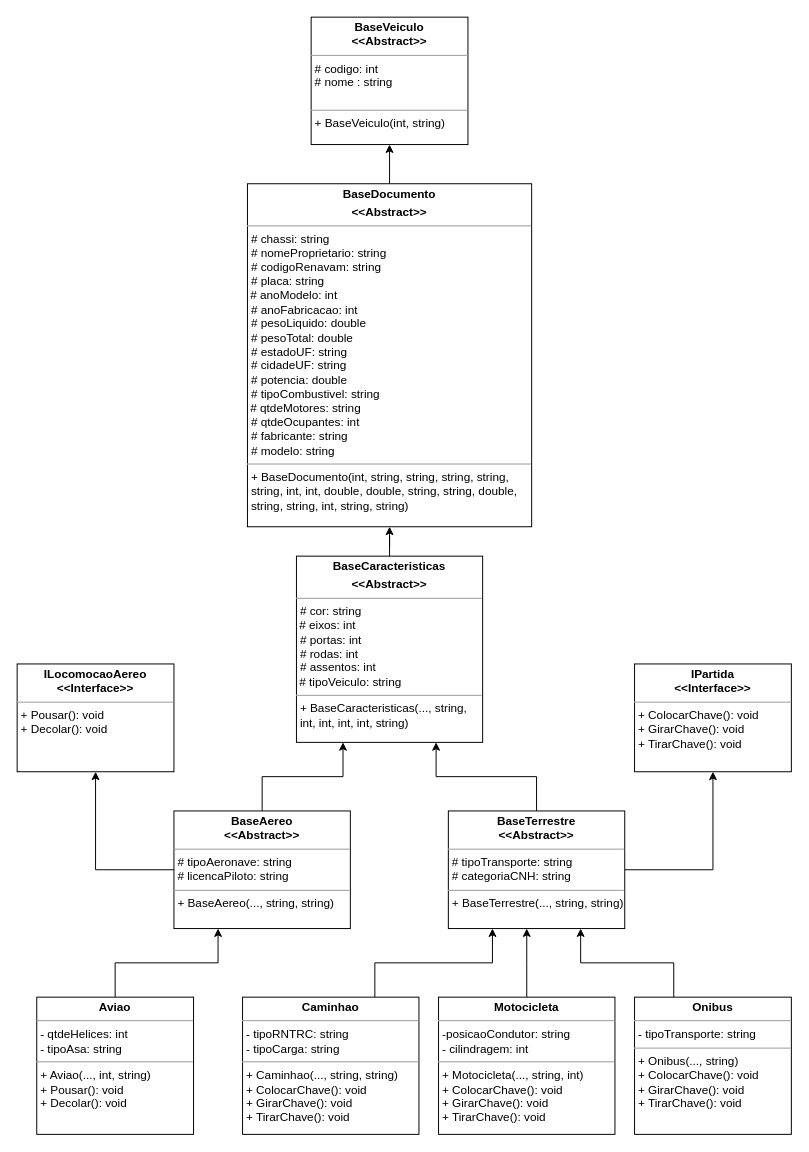
This is Atividade_05/UML_ProjetoVeiculosEstagiario.drawio from RyanBrittes/Faculdade_LOO, a draw.io file, before an edit. Source tidied: cells renumbered, new cells numbered last; positions are measured from the earlier drawing's top-left corner, leaving out a move shared by most shapes. Both pictures are drawn from the tidied source at 98%, with x=0, y=0 at pixel (17, 17).
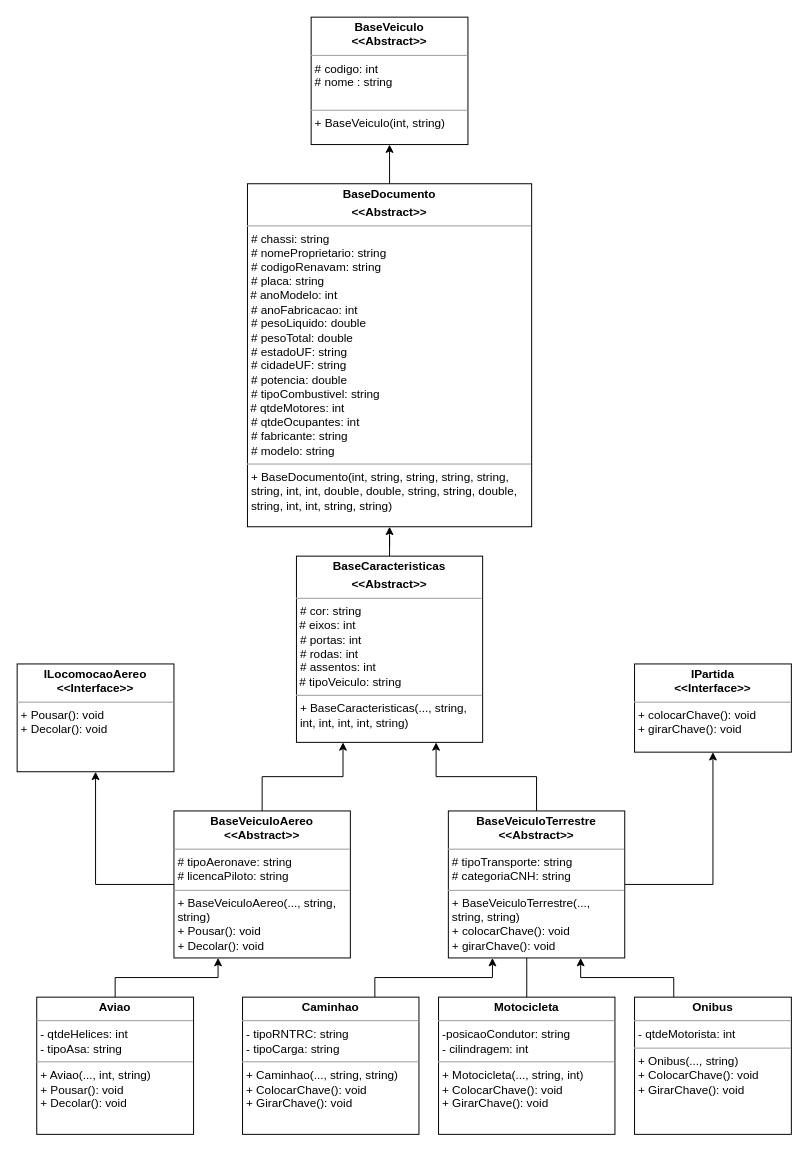
After the change.

Diff of the diagram source:
```diff
@@
-    <mxCell id="4" value="&lt;p style=&quot;margin:0px;margin-top:4px;text-align:center;&quot;&gt;&lt;b&gt;Caminhao&lt;/b&gt;&lt;/p&gt;&lt;hr size=&quot;1&quot;&gt;&lt;p style=&quot;margin:0px;margin-left:4px;&quot;&gt;- tipoRNTRC: string&lt;/p&gt;&lt;p style=&quot;margin:0px;margin-left:4px;&quot;&gt;- tipoCarga: string&amp;nbsp;&lt;br&gt;&lt;/p&gt;&lt;hr size=&quot;1&quot;&gt;&lt;p style=&quot;margin:0px;margin-left:4px;&quot;&gt;+ Caminhao(..., string, string)&lt;/p&gt;&lt;p style=&quot;border-color: var(--border-color); margin: 0px 0px 0px 4px;&quot;&gt;+ ColocarChave(): void&lt;/p&gt;&lt;p style=&quot;border-color: var(--border-color); margin: 0px 0px 0px 4px;&quot;&gt;+ GirarChave(): void&lt;/p&gt;&lt;p style=&quot;border-color: var(--border-color); margin: 0px 0px 0px 4px;&quot;&gt;+ TirarChave(): void&lt;/p&gt;" style="verticalAlign=top;align=left;overflow=fill;fontSize=12;fontFamily=Helvetica;html=1;whiteSpace=wrap;" parent="1" vertex="1">
+    <mxCell id="4" value="&lt;p style=&quot;margin:0px;margin-top:4px;text-align:center;&quot;&gt;&lt;b&gt;Caminhao&lt;/b&gt;&lt;/p&gt;&lt;hr size=&quot;1&quot;&gt;&lt;p style=&quot;margin:0px;margin-left:4px;&quot;&gt;- tipoRNTRC: string&lt;/p&gt;&lt;p style=&quot;margin:0px;margin-left:4px;&quot;&gt;- tipoCarga: string&amp;nbsp;&lt;br&gt;&lt;/p&gt;&lt;hr size=&quot;1&quot;&gt;&lt;p style=&quot;margin:0px;margin-left:4px;&quot;&gt;+ Caminhao(..., string, string)&lt;/p&gt;&lt;p style=&quot;border-color: var(--border-color); margin: 0px 0px 0px 4px;&quot;&gt;+ ColocarChave(): void&lt;/p&gt;&lt;p style=&quot;border-color: var(--border-color); margin: 0px 0px 0px 4px;&quot;&gt;+ GirarChave(): void&lt;/p&gt;&lt;p style=&quot;border-color: var(--border-color); margin: 0px 0px 0px 4px;&quot;&gt;&lt;br&gt;&lt;/p&gt;" style="verticalAlign=top;align=left;overflow=fill;fontSize=12;fontFamily=Helvetica;html=1;whiteSpace=wrap;" parent="1" vertex="1">
       <mxGeometry x="230" y="1000" width="180" height="140" as="geometry" />
     </mxCell>
@@
-    <mxCell id="8" value="&lt;p style=&quot;margin:0px;margin-top:4px;text-align:center;&quot;&gt;&lt;b&gt;Motocicleta&lt;/b&gt;&lt;/p&gt;&lt;hr size=&quot;1&quot;&gt;&lt;p style=&quot;margin:0px;margin-left:4px;&quot;&gt;-posicaoCondutor: string&lt;/p&gt;&lt;p style=&quot;margin:0px;margin-left:4px;&quot;&gt;- cilindragem: int&amp;nbsp;&lt;br&gt;&lt;/p&gt;&lt;hr size=&quot;1&quot;&gt;&lt;p style=&quot;border-color: var(--border-color); margin: 0px 0px 0px 4px;&quot;&gt;+ Motocicleta(..., string, int)&lt;/p&gt;&lt;p style=&quot;border-color: var(--border-color); margin: 0px 0px 0px 4px;&quot;&gt;+ ColocarChave(): void&lt;/p&gt;&lt;p style=&quot;border-color: var(--border-color); margin: 0px 0px 0px 4px;&quot;&gt;+ GirarChave(): void&lt;/p&gt;&lt;p style=&quot;border-color: var(--border-color); margin: 0px 0px 0px 4px;&quot;&gt;+ TirarChave(): void&lt;/p&gt;" style="verticalAlign=top;align=left;overflow=fill;fontSize=12;fontFamily=Helvetica;html=1;whiteSpace=wrap;" parent="1" vertex="1">
+    <mxCell id="8" value="&lt;p style=&quot;margin:0px;margin-top:4px;text-align:center;&quot;&gt;&lt;b&gt;Motocicleta&lt;/b&gt;&lt;/p&gt;&lt;hr size=&quot;1&quot;&gt;&lt;p style=&quot;margin:0px;margin-left:4px;&quot;&gt;-posicaoCondutor: string&lt;/p&gt;&lt;p style=&quot;margin:0px;margin-left:4px;&quot;&gt;- cilindragem: int&amp;nbsp;&lt;br&gt;&lt;/p&gt;&lt;hr size=&quot;1&quot;&gt;&lt;p style=&quot;border-color: var(--border-color); margin: 0px 0px 0px 4px;&quot;&gt;+ Motocicleta(..., string, int)&lt;/p&gt;&lt;p style=&quot;border-color: var(--border-color); margin: 0px 0px 0px 4px;&quot;&gt;+ ColocarChave(): void&lt;/p&gt;&lt;p style=&quot;border-color: var(--border-color); margin: 0px 0px 0px 4px;&quot;&gt;+ GirarChave(): void&lt;/p&gt;&lt;p style=&quot;border-color: var(--border-color); margin: 0px 0px 0px 4px;&quot;&gt;&lt;br&gt;&lt;/p&gt;" style="verticalAlign=top;align=left;overflow=fill;fontSize=12;fontFamily=Helvetica;html=1;whiteSpace=wrap;" parent="1" vertex="1">
       <mxGeometry x="430" y="1000" width="180" height="140" as="geometry" />
     </mxCell>
@@
-    <mxCell id="10" value="&lt;p style=&quot;margin:0px;margin-top:4px;text-align:center;&quot;&gt;&lt;b&gt;Onibus&lt;/b&gt;&lt;/p&gt;&lt;hr size=&quot;1&quot;&gt;&lt;p style=&quot;margin:0px;margin-left:4px;&quot;&gt;- tipoTransporte: string&lt;/p&gt;&lt;hr size=&quot;1&quot;&gt;&lt;p style=&quot;border-color: var(--border-color); margin: 0px 0px 0px 4px;&quot;&gt;+ Onibus(..., string)&lt;/p&gt;&lt;p style=&quot;border-color: var(--border-color); margin: 0px 0px 0px 4px;&quot;&gt;+ ColocarChave(): void&lt;/p&gt;&lt;p style=&quot;border-color: var(--border-color); margin: 0px 0px 0px 4px;&quot;&gt;+ GirarChave(): void&lt;/p&gt;&lt;p style=&quot;border-color: var(--border-color); margin: 0px 0px 0px 4px;&quot;&gt;+ TirarChave(): void&lt;/p&gt;" style="verticalAlign=top;align=left;overflow=fill;fontSize=12;fontFamily=Helvetica;html=1;whiteSpace=wrap;" parent="1" vertex="1">
+    <mxCell id="10" value="&lt;p style=&quot;margin:0px;margin-top:4px;text-align:center;&quot;&gt;&lt;b&gt;Onibus&lt;/b&gt;&lt;/p&gt;&lt;hr size=&quot;1&quot;&gt;&lt;p style=&quot;margin:0px;margin-left:4px;&quot;&gt;- qtdeMotorista: int&lt;/p&gt;&lt;hr size=&quot;1&quot;&gt;&lt;p style=&quot;border-color: var(--border-color); margin: 0px 0px 0px 4px;&quot;&gt;+ Onibus(..., string)&lt;/p&gt;&lt;p style=&quot;border-color: var(--border-color); margin: 0px 0px 0px 4px;&quot;&gt;+ ColocarChave(): void&lt;/p&gt;&lt;p style=&quot;border-color: var(--border-color); margin: 0px 0px 0px 4px;&quot;&gt;+ GirarChave(): void&lt;/p&gt;&lt;p style=&quot;border-color: var(--border-color); margin: 0px 0px 0px 4px;&quot;&gt;&lt;br&gt;&lt;/p&gt;" style="verticalAlign=top;align=left;overflow=fill;fontSize=12;fontFamily=Helvetica;html=1;whiteSpace=wrap;" parent="1" vertex="1">
       <mxGeometry x="630" y="1000" width="160" height="140" as="geometry" />
     </mxCell>
@@
-    <mxCell id="13" value="&lt;p style=&quot;margin:0px;margin-top:4px;text-align:center;&quot;&gt;&lt;b&gt;BaseTerrestre&lt;br&gt;&lt;/b&gt;&lt;b style=&quot;border-color: var(--border-color);&quot;&gt;&amp;lt;&amp;lt;Abstract&amp;gt;&amp;gt;&lt;/b&gt;&lt;/p&gt;&lt;hr size=&quot;1&quot;&gt;&lt;p style=&quot;margin:0px;margin-left:4px;&quot;&gt;# tipoTransporte: string&lt;/p&gt;&lt;p style=&quot;margin:0px;margin-left:4px;&quot;&gt;# categoriaCNH: string&lt;/p&gt;&lt;hr size=&quot;1&quot;&gt;&lt;p style=&quot;margin:0px;margin-left:4px;&quot;&gt;+ BaseTerrestre(..., string, string)&lt;/p&gt;" style="verticalAlign=top;align=left;overflow=fill;fontSize=12;fontFamily=Helvetica;html=1;whiteSpace=wrap;" parent="1" vertex="1">
-      <mxGeometry x="440" y="810" width="180" height="120" as="geometry" />
+    <mxCell id="13" value="&lt;p style=&quot;margin:0px;margin-top:4px;text-align:center;&quot;&gt;&lt;b&gt;BaseVeiculo&lt;/b&gt;&lt;b&gt;Terrestre&lt;br&gt;&lt;/b&gt;&lt;b style=&quot;border-color: var(--border-color);&quot;&gt;&amp;lt;&amp;lt;Abstract&amp;gt;&amp;gt;&lt;/b&gt;&lt;/p&gt;&lt;hr size=&quot;1&quot;&gt;&lt;p style=&quot;margin:0px;margin-left:4px;&quot;&gt;# tipoTransporte: string&lt;/p&gt;&lt;p style=&quot;margin:0px;margin-left:4px;&quot;&gt;# categoriaCNH: string&lt;/p&gt;&lt;hr size=&quot;1&quot;&gt;&lt;p style=&quot;margin:0px;margin-left:4px;&quot;&gt;+ BaseVeiculoTerrestre(..., string, string)&lt;/p&gt;&lt;p style=&quot;border-color: var(--border-color); margin: 0px 0px 0px 4px;&quot;&gt;+ colocarChave(): void&lt;/p&gt;&lt;p style=&quot;border-color: var(--border-color); margin: 0px 0px 0px 4px;&quot;&gt;+ girarChave(): void&lt;/p&gt;" style="verticalAlign=top;align=left;overflow=fill;fontSize=12;fontFamily=Helvetica;html=1;whiteSpace=wrap;" parent="1" vertex="1">
+      <mxGeometry x="440" y="810" width="180" height="150" as="geometry" />
     </mxCell>
@@
-    <mxCell id="16" value="&lt;p style=&quot;margin:0px;margin-top:4px;text-align:center;&quot;&gt;&lt;b&gt;BaseAereo&lt;br&gt;&amp;lt;&amp;lt;Abstract&amp;gt;&amp;gt;&lt;/b&gt;&lt;/p&gt;&lt;hr size=&quot;1&quot;&gt;&lt;p style=&quot;margin:0px;margin-left:4px;&quot;&gt;# tipoAeronave: string&lt;/p&gt;&lt;p style=&quot;margin:0px;margin-left:4px;&quot;&gt;# licencaPiloto: string&lt;br&gt;&lt;/p&gt;&lt;hr size=&quot;1&quot;&gt;&lt;p style=&quot;margin:0px;margin-left:4px;&quot;&gt;+ BaseAereo(..., string, string)&lt;/p&gt;" style="verticalAlign=top;align=left;overflow=fill;fontSize=12;fontFamily=Helvetica;html=1;whiteSpace=wrap;" parent="1" vertex="1">
-      <mxGeometry x="160" y="810" width="180" height="120" as="geometry" />
+    <mxCell id="16" value="&lt;p style=&quot;margin:0px;margin-top:4px;text-align:center;&quot;&gt;&lt;b&gt;BaseVeiculoAereo&lt;br&gt;&amp;lt;&amp;lt;Abstract&amp;gt;&amp;gt;&lt;/b&gt;&lt;/p&gt;&lt;hr size=&quot;1&quot;&gt;&lt;p style=&quot;margin:0px;margin-left:4px;&quot;&gt;# tipoAeronave: string&lt;/p&gt;&lt;p style=&quot;margin:0px;margin-left:4px;&quot;&gt;# licencaPiloto: string&lt;br&gt;&lt;/p&gt;&lt;hr size=&quot;1&quot;&gt;&lt;p style=&quot;margin:0px;margin-left:4px;&quot;&gt;+ BaseVeiculoAereo(..., string, string)&lt;/p&gt;&lt;p style=&quot;border-color: var(--border-color); margin: 0px 0px 0px 4px;&quot;&gt;+ Pousar(): void&lt;/p&gt;&lt;p style=&quot;border-color: var(--border-color); margin: 0px 0px 0px 4px;&quot;&gt;+ Decolar(): void&lt;/p&gt;" style="verticalAlign=top;align=left;overflow=fill;fontSize=12;fontFamily=Helvetica;html=1;whiteSpace=wrap;" parent="1" vertex="1">
+      <mxGeometry x="160" y="810" width="180" height="150" as="geometry" />
     </mxCell>
@@
-    <mxCell id="18" value="&lt;p style=&quot;margin:0px;margin-top:4px;text-align:center;&quot;&gt;&lt;b&gt;IPartida&lt;br&gt;&amp;lt;&amp;lt;Interface&amp;gt;&amp;gt;&lt;/b&gt;&lt;/p&gt;&lt;hr size=&quot;1&quot;&gt;&lt;p style=&quot;margin:0px;margin-left:4px;&quot;&gt;+ ColocarChave(): void&lt;/p&gt;&lt;p style=&quot;margin:0px;margin-left:4px;&quot;&gt;+ GirarChave(): void&lt;/p&gt;&lt;p style=&quot;margin:0px;margin-left:4px;&quot;&gt;+ TirarChave(): void&lt;/p&gt;&lt;p style=&quot;margin:0px;margin-left:4px;&quot;&gt;&lt;br&gt;&lt;/p&gt;" style="verticalAlign=top;align=left;overflow=fill;fontSize=12;fontFamily=Helvetica;html=1;whiteSpace=wrap;" parent="1" vertex="1">
-      <mxGeometry x="630" y="660" width="160" height="110" as="geometry" />
+    <mxCell id="18" value="&lt;p style=&quot;margin:0px;margin-top:4px;text-align:center;&quot;&gt;&lt;b&gt;IPartida&lt;br&gt;&amp;lt;&amp;lt;Interface&amp;gt;&amp;gt;&lt;/b&gt;&lt;/p&gt;&lt;hr size=&quot;1&quot;&gt;&lt;p style=&quot;margin:0px;margin-left:4px;&quot;&gt;+ colocarChave(): void&lt;/p&gt;&lt;p style=&quot;margin:0px;margin-left:4px;&quot;&gt;+ girarChave(): void&lt;/p&gt;&lt;p style=&quot;margin:0px;margin-left:4px;&quot;&gt;&lt;br&gt;&lt;/p&gt;" style="verticalAlign=top;align=left;overflow=fill;fontSize=12;fontFamily=Helvetica;html=1;whiteSpace=wrap;" parent="1" vertex="1">
+      <mxGeometry x="630" y="660" width="160" height="90" as="geometry" />
     </mxCell>
@@
-    <mxCell id="20" value="&lt;p style=&quot;margin:0px;margin-top:4px;text-align:center;&quot;&gt;&lt;b&gt;BaseDocumento&lt;/b&gt;&lt;/p&gt;&lt;p style=&quot;margin:0px;margin-top:4px;text-align:center;&quot;&gt;&lt;b style=&quot;border-color: var(--border-color);&quot;&gt;&amp;lt;&amp;lt;Abstract&amp;gt;&amp;gt;&lt;/b&gt;&lt;/p&gt;&lt;hr size=&quot;1&quot;&gt;&lt;p style=&quot;border-color: var(--border-color); margin: 0px 0px 0px 4px;&quot;&gt;# chassi: string&lt;/p&gt;&lt;div&gt;&lt;p style=&quot;border-color: var(--border-color); margin: 0px 0px 0px 4px;&quot;&gt;# nomeProprietario: string&lt;/p&gt;&lt;/div&gt;&lt;div&gt;&lt;p style=&quot;border-color: var(--border-color); margin: 0px 0px 0px 4px;&quot;&gt;# codigoRenavam: string&lt;/p&gt;&lt;/div&gt;&lt;div&gt;&lt;p style=&quot;border-color: var(--border-color); margin: 0px 0px 0px 4px;&quot;&gt;# placa: string&lt;br style=&quot;border-color: var(--border-color);&quot;&gt;&lt;/p&gt;&lt;/div&gt;&lt;div&gt;&lt;span style=&quot;border-color: var(--border-color); background-color: initial;&quot;&gt;&amp;nbsp;# anoModelo: int&lt;/span&gt;&lt;/div&gt;&lt;div&gt;&lt;p style=&quot;border-color: var(--border-color); margin: 0px 0px 0px 4px;&quot;&gt;# anoFabricacao: int&lt;br style=&quot;border-color: var(--border-color);&quot;&gt;&lt;/p&gt;&lt;/div&gt;&lt;div&gt;&lt;span style=&quot;border-color: var(--border-color); background-color: initial;&quot;&gt;&lt;p style=&quot;border-color: var(--border-color); margin: 0px 0px 0px 4px;&quot;&gt;# pesoLiquido: double&lt;/p&gt;&lt;div&gt;&lt;p style=&quot;border-color: var(--border-color); margin: 0px 0px 0px 4px;&quot;&gt;# pesoTotal: double&lt;br style=&quot;border-color: var(--border-color);&quot;&gt;&lt;/p&gt;&lt;p style=&quot;border-color: var(--border-color); margin: 0px 0px 0px 4px;&quot;&gt;# estadoUF: string&lt;br style=&quot;border-color: var(--border-color);&quot;&gt;&lt;/p&gt;&lt;/div&gt;&lt;div&gt;&lt;p style=&quot;border-color: var(--border-color); margin: 0px 0px 0px 4px;&quot;&gt;# cidadeUF: string&lt;br style=&quot;border-color: var(--border-color);&quot;&gt;&lt;/p&gt;&lt;/div&gt;&lt;div&gt;&lt;span style=&quot;border-color: var(--border-color); background-color: initial;&quot;&gt;&lt;p style=&quot;border-color: var(--border-color); margin: 0px 0px 0px 4px;&quot;&gt;# potencia: double&lt;/p&gt;&lt;div&gt;&lt;p style=&quot;border-color: var(--border-color); margin: 0px 0px 0px 4px;&quot;&gt;# tipoCombustivel: string&lt;br style=&quot;border-color: var(--border-color);&quot;&gt;&lt;/p&gt;&lt;/div&gt;&lt;div&gt;&lt;span style=&quot;border-color: var(--border-color); background-color: initial;&quot;&gt;&amp;nbsp;# qtdeMotores: string&lt;/span&gt;&lt;/div&gt;&lt;div&gt;&lt;span style=&quot;border-color: var(--border-color); background-color: initial;&quot;&gt;&lt;p style=&quot;border-color: var(--border-color); margin: 0px 0px 0px 4px;&quot;&gt;# qtdeOcupantes: int&lt;/p&gt;&lt;p style=&quot;border-color: var(--border-color); margin: 0px 0px 0px 4px;&quot;&gt;# fabricante: string&lt;/p&gt;&lt;p style=&quot;border-color: var(--border-color); margin: 0px 0px 0px 4px;&quot;&gt;# modelo: string&lt;/p&gt;&lt;/span&gt;&lt;/div&gt;&lt;/span&gt;&lt;/div&gt;&lt;/span&gt;&lt;/div&gt;&lt;hr size=&quot;1&quot;&gt;&lt;p style=&quot;margin:0px;margin-left:4px;&quot;&gt;+ BaseDocumento(int, string, string, string, string, string, int, int, double, double, string, string, double, string, string, int, string, string)&lt;/p&gt;" style="verticalAlign=top;align=left;overflow=fill;fontSize=12;fontFamily=Helvetica;html=1;whiteSpace=wrap;" parent="1" vertex="1">
+    <mxCell id="20" value="&lt;p style=&quot;margin:0px;margin-top:4px;text-align:center;&quot;&gt;&lt;b&gt;BaseDocumento&lt;/b&gt;&lt;/p&gt;&lt;p style=&quot;margin:0px;margin-top:4px;text-align:center;&quot;&gt;&lt;b style=&quot;border-color: var(--border-color);&quot;&gt;&amp;lt;&amp;lt;Abstract&amp;gt;&amp;gt;&lt;/b&gt;&lt;/p&gt;&lt;hr size=&quot;1&quot;&gt;&lt;p style=&quot;border-color: var(--border-color); margin: 0px 0px 0px 4px;&quot;&gt;# chassi: string&lt;/p&gt;&lt;div&gt;&lt;p style=&quot;border-color: var(--border-color); margin: 0px 0px 0px 4px;&quot;&gt;# nomeProprietario: string&lt;/p&gt;&lt;/div&gt;&lt;div&gt;&lt;p style=&quot;border-color: var(--border-color); margin: 0px 0px 0px 4px;&quot;&gt;# codigoRenavam: string&lt;/p&gt;&lt;/div&gt;&lt;div&gt;&lt;p style=&quot;border-color: var(--border-color); margin: 0px 0px 0px 4px;&quot;&gt;# placa: string&lt;br style=&quot;border-color: var(--border-color);&quot;&gt;&lt;/p&gt;&lt;/div&gt;&lt;div&gt;&lt;span style=&quot;border-color: var(--border-color); background-color: initial;&quot;&gt;&amp;nbsp;# anoModelo: int&lt;/span&gt;&lt;/div&gt;&lt;div&gt;&lt;p style=&quot;border-color: var(--border-color); margin: 0px 0px 0px 4px;&quot;&gt;# anoFabricacao: int&lt;br style=&quot;border-color: var(--border-color);&quot;&gt;&lt;/p&gt;&lt;/div&gt;&lt;div&gt;&lt;span style=&quot;border-color: var(--border-color); background-color: initial;&quot;&gt;&lt;p style=&quot;border-color: var(--border-color); margin: 0px 0px 0px 4px;&quot;&gt;# pesoLiquido: double&lt;/p&gt;&lt;div&gt;&lt;p style=&quot;border-color: var(--border-color); margin: 0px 0px 0px 4px;&quot;&gt;# pesoTotal: double&lt;br style=&quot;border-color: var(--border-color);&quot;&gt;&lt;/p&gt;&lt;p style=&quot;border-color: var(--border-color); margin: 0px 0px 0px 4px;&quot;&gt;# estadoUF: string&lt;br style=&quot;border-color: var(--border-color);&quot;&gt;&lt;/p&gt;&lt;/div&gt;&lt;div&gt;&lt;p style=&quot;border-color: var(--border-color); margin: 0px 0px 0px 4px;&quot;&gt;# cidadeUF: string&lt;br style=&quot;border-color: var(--border-color);&quot;&gt;&lt;/p&gt;&lt;/div&gt;&lt;div&gt;&lt;span style=&quot;border-color: var(--border-color); background-color: initial;&quot;&gt;&lt;p style=&quot;border-color: var(--border-color); margin: 0px 0px 0px 4px;&quot;&gt;# potencia: double&lt;/p&gt;&lt;div&gt;&lt;p style=&quot;border-color: var(--border-color); margin: 0px 0px 0px 4px;&quot;&gt;# tipoCombustivel: string&lt;br style=&quot;border-color: var(--border-color);&quot;&gt;&lt;/p&gt;&lt;/div&gt;&lt;div&gt;&lt;span style=&quot;border-color: var(--border-color); background-color: initial;&quot;&gt;&amp;nbsp;# qtdeMotores: int&lt;/span&gt;&lt;/div&gt;&lt;div&gt;&lt;span style=&quot;border-color: var(--border-color); background-color: initial;&quot;&gt;&lt;p style=&quot;border-color: var(--border-color); margin: 0px 0px 0px 4px;&quot;&gt;# qtdeOcupantes: int&lt;/p&gt;&lt;p style=&quot;border-color: var(--border-color); margin: 0px 0px 0px 4px;&quot;&gt;# fabricante: string&lt;/p&gt;&lt;p style=&quot;border-color: var(--border-color); margin: 0px 0px 0px 4px;&quot;&gt;# modelo: string&lt;/p&gt;&lt;/span&gt;&lt;/div&gt;&lt;/span&gt;&lt;/div&gt;&lt;/span&gt;&lt;/div&gt;&lt;hr size=&quot;1&quot;&gt;&lt;p style=&quot;margin:0px;margin-left:4px;&quot;&gt;+ BaseDocumento(int, string, string, string, string, string, int, int, double, double, string, string, double, string, int, int, string, string)&lt;/p&gt;" style="verticalAlign=top;align=left;overflow=fill;fontSize=12;fontFamily=Helvetica;html=1;whiteSpace=wrap;" parent="1" vertex="1">
       <mxGeometry x="235" y="170" width="290" height="350" as="geometry" />
     </mxCell>
```
